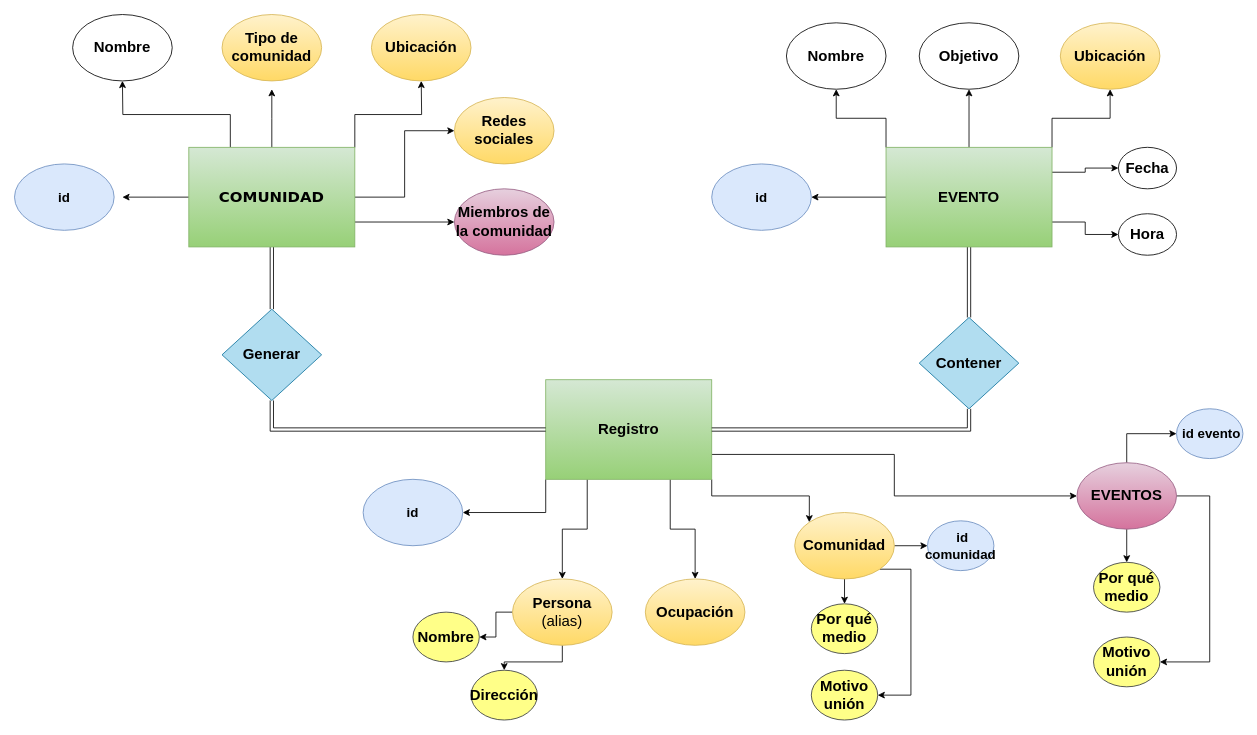
The draw.io diagram page "Page-2" (2 of 2) of Untitled Diagram.drawio in hongomoon/SkillsForWomenInTech, before the edit. Source tidied: cells renumbered, new cells numbered last; positions are measured from the earlier drawing's top-left corner, leaving out a move shared by most shapes. Both pictures are drawn from the tidied source at 83%, with x=0, y=0 at pixel (14, 14).
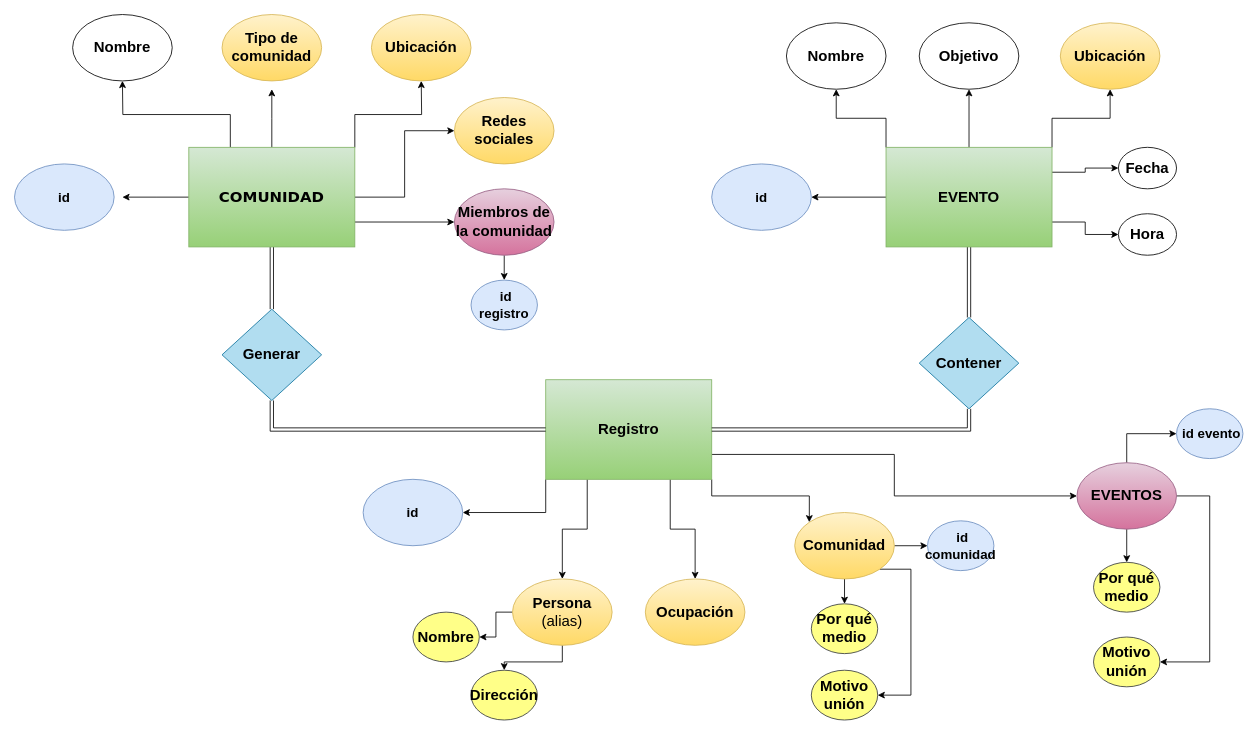
The same diagram, later.

The change refers to these unchanged cells:
```xml
<mxCell id="15" value="&lt;b&gt;Miembros de la comunidad&lt;/b&gt;" style="ellipse;whiteSpace=wrap;html=1;fontFamily=Helvetica;fontSize=18;fillColor=#e6d0de;gradientColor=#d5739d;strokeColor=#996185;" parent="1" vertex="1">
  <mxGeometry x="530" y="210" width="120" height="80" as="geometry" />
</mxCell>
```

Diff of the diagram source:
```diff
@@
+    <mxCell id="62" style="edgeStyle=orthogonalEdgeStyle;rounded=0;jettySize=auto;html=1;exitX=0.5;exitY=1;exitDx=0;exitDy=0;entryX=0.5;entryY=0;entryDx=0;entryDy=0;fontFamily=Helvetica;fontSize=22;" parent="1" edge="1" source="15" target="63">
+      <mxGeometry relative="1" as="geometry" />
+    </mxCell>
@@
+    <mxCell id="63" value=" id registro" style="ellipse;whiteSpace=wrap;fontFamily=Helvetica;fontSize=16;fontStyle=1;fillColor=#dae8fc;strokeColor=#6c8ebf;" parent="1" vertex="1">
+      <mxGeometry x="550" y="320" width="80" height="60" as="geometry" />
+    </mxCell>
```
